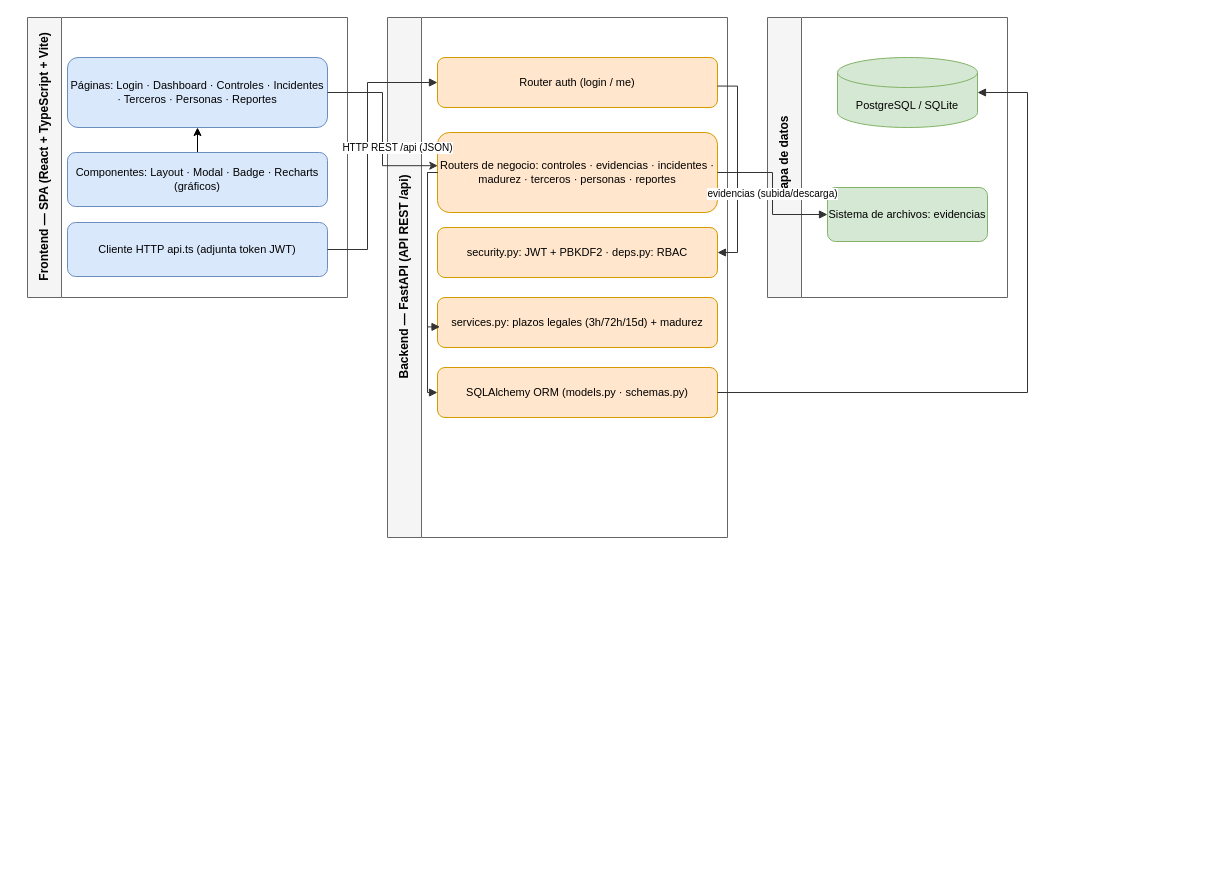
This is Documentacion/Entregas/U2-Desarrollo_e_Implementacion/04_uml/04b_uml_componentes.drawio from pbahamondez-inacap/proyectotitulo-inacap-Pbahamondez, a draw.io file, before an edit. Source tidied: cells renumbered, new cells numbered last; positions are measured from the earlier drawing's top-left corner, leaving out a move shared by most shapes. Both pictures are drawn from the tidied source at 100%, with x=0, y=0 at pixel (27, 17).
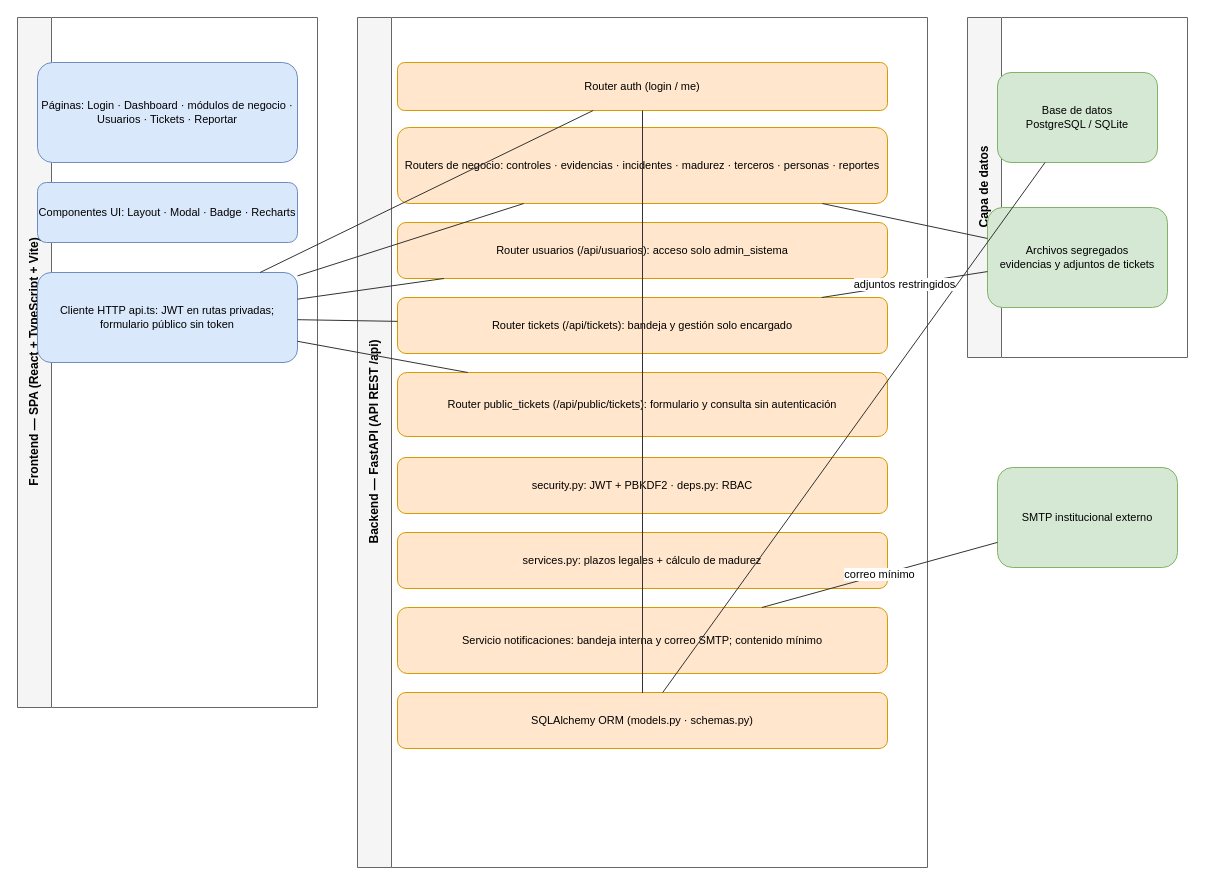
The same page after the edit.

Diff of the diagram source:
```diff
@@
+    <mxCell id="10" value="Frontend — SPA (React + TypeScript + Vite)" style="swimlane;html=1;startSize=34;horizontal=0;fontStyle=1;fillColor=#f5f5f5;strokeColor=#666666;swimlaneFillColor=#ffffff;" parent="1" vertex="1">
+      <mxGeometry x="-10" width="300" height="690" as="geometry" />
+    </mxCell>
     <mxCell id="2" value="Backend — FastAPI (API REST /api)" style="swimlane;html=1;startSize=34;horizontal=0;fontStyle=1;fillColor=#f5f5f5;strokeColor=#666666;swimlaneFillColor=#ffffff;" parent="1" vertex="1">
-      <mxGeometry x="360" width="340" height="520" as="geometry" />
+      <mxGeometry x="330" width="570" height="850" as="geometry" />
     </mxCell>
+    <mxCell id="15" value="Capa de datos" style="swimlane;html=1;startSize=34;horizontal=0;fontStyle=1;fillColor=#f5f5f5;strokeColor=#666666;swimlaneFillColor=#ffffff;" parent="1" vertex="1">
+      <mxGeometry x="940" width="220" height="340" as="geometry" />
+    </mxCell>
+    <mxCell id="11" value="Páginas: Login · Dashboard · módulos de negocio · Usuarios · Tickets · Reportar" style="rounded=1;whiteSpace=wrap;html=1;fillColor=#dae8fc;strokeColor=#6c8ebf;fontSize=11;" parent="10" vertex="1">
+      <mxGeometry x="20" y="45" width="260" height="100" as="geometry" />
+    </mxCell>
+    <mxCell id="13" value="Componentes UI: Layout · Modal · Badge · Recharts" style="rounded=1;whiteSpace=wrap;html=1;fillColor=#dae8fc;strokeColor=#6c8ebf;fontSize=11;" parent="10" vertex="1">
+      <mxGeometry x="20" y="165" width="260" height="60" as="geometry" />
+    </mxCell>
+    <mxCell id="14" value="Cliente HTTP api.ts: JWT en rutas privadas; formulario público sin token" style="rounded=1;whiteSpace=wrap;html=1;fillColor=#dae8fc;strokeColor=#6c8ebf;fontSize=11;" parent="10" vertex="1">
+      <mxGeometry x="20" y="255" width="260" height="90" as="geometry" />
+    </mxCell>
     <mxCell id="3" value="Router auth (login / me)" style="rounded=1;whiteSpace=wrap;html=1;fillColor=#ffe6cc;strokeColor=#d79b00;fontSize=11;" parent="2" vertex="1">
-      <mxGeometry x="50" y="40" width="280" height="50" as="geometry" />
+      <mxGeometry x="40" y="45" width="490" height="48" as="geometry" />
     </mxCell>
     <mxCell id="4" value="Routers de negocio: controles · evidencias · incidentes · madurez · terceros · personas · reportes" style="rounded=1;whiteSpace=wrap;html=1;fillColor=#ffe6cc;strokeColor=#d79b00;fontSize=11;" parent="2" vertex="1">
-      <mxGeometry x="50" y="115" width="280" height="80" as="geometry" />
+      <mxGeometry x="40" y="110" width="490" height="76" as="geometry" />
     </mxCell>
+    <mxCell id="23" value="Router usuarios (/api/usuarios): acceso solo admin_sistema" style="rounded=1;whiteSpace=wrap;html=1;fillColor=#ffe6cc;strokeColor=#d79b00;fontSize=11;" parent="2" vertex="1">
+      <mxGeometry x="40" y="205" width="490" height="56" as="geometry" />
+    </mxCell>
+    <mxCell id="24" value="Router tickets (/api/tickets): bandeja y gestión solo encargado" style="rounded=1;whiteSpace=wrap;html=1;fillColor=#ffe6cc;strokeColor=#d79b00;fontSize=11;" parent="2" vertex="1">
+      <mxGeometry x="40" y="280" width="490" height="56" as="geometry" />
+    </mxCell>
+    <mxCell id="25" value="Router public_tickets (/api/public/tickets): formulario y consulta sin autenticación" style="rounded=1;whiteSpace=wrap;html=1;fillColor=#ffe6cc;strokeColor=#d79b00;fontSize=11;" parent="2" vertex="1">
+      <mxGeometry x="40" y="355" width="490" height="64" as="geometry" />
+    </mxCell>
-    <mxCell id="5" value="security.py: JWT + PBKDF2  ·  deps.py: RBAC" style="rounded=1;whiteSpace=wrap;html=1;fillColor=#ffe6cc;strokeColor=#d79b00;fontSize=11;" parent="2" vertex="1">
-      <mxGeometry x="50" y="210" width="280" height="50" as="geometry" />
+    <mxCell id="5" value="security.py: JWT + PBKDF2 · deps.py: RBAC" style="rounded=1;whiteSpace=wrap;html=1;fillColor=#ffe6cc;strokeColor=#d79b00;fontSize=11;" parent="2" vertex="1">
+      <mxGeometry x="40" y="440" width="490" height="56" as="geometry" />
     </mxCell>
-    <mxCell id="6" value="services.py: plazos legales (3h/72h/15d) + madurez" style="rounded=1;whiteSpace=wrap;html=1;fillColor=#ffe6cc;strokeColor=#d79b00;fontSize=11;" parent="2" vertex="1">
-      <mxGeometry x="50" y="280" width="280" height="50" as="geometry" />
-    </mxCell>
+    <mxCell id="26" value="services.py: plazos legales + cálculo de madurez" style="rounded=1;whiteSpace=wrap;html=1;fillColor=#ffe6cc;strokeColor=#d79b00;fontSize=11;" parent="2" vertex="1">
+      <mxGeometry x="40" y="515" width="490" height="56" as="geometry" />
+    </mxCell>
+    <mxCell id="27" value="Servicio notificaciones: bandeja interna y correo SMTP; contenido mínimo" style="rounded=1;whiteSpace=wrap;html=1;fillColor=#ffe6cc;strokeColor=#d79b00;fontSize=11;" parent="2" vertex="1">
+      <mxGeometry x="40" y="590" width="490" height="66" as="geometry" />
+    </mxCell>
     <mxCell id="7" value="SQLAlchemy ORM (models.py · schemas.py)" style="rounded=1;whiteSpace=wrap;html=1;fillColor=#ffe6cc;strokeColor=#d79b00;fontSize=11;" parent="2" vertex="1">
-      <mxGeometry x="50" y="350" width="280" height="50" as="geometry" />
+      <mxGeometry x="40" y="675" width="490" height="56" as="geometry" />
     </mxCell>
+    <mxCell id="28" value="Base de datos&#10;PostgreSQL / SQLite" style="rounded=1;whiteSpace=wrap;html=1;fillColor=#d5e8d4;strokeColor=#82b366;fontSize=11;" parent="15" vertex="1">
+      <mxGeometry x="30" y="55" width="160" height="90" as="geometry" />
+    </mxCell>
+    <mxCell id="29" value="Archivos segregados&#10;evidencias y adjuntos de tickets" style="rounded=1;whiteSpace=wrap;html=1;fillColor=#d5e8d4;strokeColor=#82b366;fontSize=11;" parent="15" vertex="1">
+      <mxGeometry x="20" y="190" width="180" height="100" as="geometry" />
+    </mxCell>
+    <mxCell id="30" value="SMTP institucional externo" style="rounded=1;whiteSpace=wrap;html=1;fillColor=#d5e8d4;strokeColor=#82b366;fontSize=11;" parent="1" vertex="1">
+      <mxGeometry x="970" y="450" width="180" height="100" as="geometry" />
+    </mxCell>
+    <mxCell id="18" style="html=1;endArrow=none;strokeColor=#333333;" parent="1" edge="1" source="14" target="3">
+      <mxGeometry relative="1" as="geometry" />
+    </mxCell>
+    <mxCell id="31" style="html=1;endArrow=none;strokeColor=#333333;" parent="1" edge="1" source="14" target="4">
+      <mxGeometry relative="1" as="geometry" />
+    </mxCell>
+    <mxCell id="32" style="html=1;endArrow=none;strokeColor=#333333;" parent="1" edge="1" source="14" target="23">
+      <mxGeometry relative="1" as="geometry" />
+    </mxCell>
+    <mxCell id="33" style="html=1;endArrow=none;strokeColor=#333333;" parent="1" edge="1" source="14" target="24">
+      <mxGeometry relative="1" as="geometry" />
+    </mxCell>
+    <mxCell id="34" style="html=1;endArrow=none;strokeColor=#333333;" parent="1" edge="1" source="14" target="25">
+      <mxGeometry relative="1" as="geometry" />
+    </mxCell>
-    <mxCell id="8" style="edgeStyle=orthogonalEdgeStyle;rounded=0;html=1;endArrow=block;strokeColor=#333333;exitX=1;exitY=0.571;exitDx=0;exitDy=0;exitPerimeter=0;entryX=1;entryY=0.5;entryDx=0;entryDy=0;" parent="2" edge="1" source="3" target="5">
-      <mxGeometry x="0.61" relative="1" as="geometry">
-        <Array as="points">
-          <mxPoint x="350" y="68.6" />
-          <mxPoint x="350" y="235" />
-        </Array>
-      </mxGeometry>
+    <mxCell id="8" style="html=1;endArrow=none;strokeColor=#333333;" parent="1" edge="1" source="3" target="5">
+      <mxGeometry relative="1" as="geometry" />
     </mxCell>
+    <mxCell id="35" style="html=1;endArrow=none;strokeColor=#333333;" parent="1" edge="1" source="23" target="5">
+      <mxGeometry relative="1" as="geometry" />
+    </mxCell>
+    <mxCell id="36" style="html=1;endArrow=none;strokeColor=#333333;" parent="1" edge="1" source="24" target="5">
+      <mxGeometry relative="1" as="geometry" />
+    </mxCell>
+    <mxCell id="37" style="html=1;endArrow=none;strokeColor=#333333;" parent="1" edge="1" source="4" target="26">
+      <mxGeometry relative="1" as="geometry" />
+    </mxCell>
-    <mxCell id="9" style="edgeStyle=orthogonalEdgeStyle;rounded=0;html=1;endArrow=block;strokeColor=#333333;entryX=0;entryY=0.5;entryDx=0;entryDy=0;exitX=0;exitY=0.5;exitDx=0;exitDy=0;" parent="2" edge="1" source="4" target="7">
-      <mxGeometry x="0.3" relative="1" as="geometry" />
+    <mxCell id="9" style="html=1;endArrow=none;strokeColor=#333333;" parent="1" edge="1" source="4" target="7">
+      <mxGeometry relative="1" as="geometry" />
     </mxCell>
-    <mxCell id="10" value="Frontend — SPA (React + TypeScript + Vite)" style="swimlane;html=1;startSize=34;horizontal=0;fontStyle=1;fillColor=#f5f5f5;strokeColor=#666666;swimlaneFillColor=#ffffff;" parent="1" vertex="1">
-      <mxGeometry width="320" height="280" as="geometry" />
-    </mxCell>
-    <mxCell id="11" value="Páginas: Login · Dashboard · Controles · Incidentes · Terceros · Personas · Reportes" style="rounded=1;whiteSpace=wrap;html=1;fillColor=#dae8fc;strokeColor=#6c8ebf;fontSize=11;" parent="10" vertex="1">
-      <mxGeometry x="40" y="40" width="260" height="70" as="geometry" />
-    </mxCell>
-    <mxCell id="12" style="edgeStyle=orthogonalEdgeStyle;rounded=0;jettySize=auto;html=1;" parent="10" edge="1" source="13" target="11">
-      <mxGeometry relative="1" as="geometry" />
-    </mxCell>
-    <mxCell id="13" value="Componentes: Layout · Modal · Badge · Recharts (gráficos)" style="rounded=1;whiteSpace=wrap;html=1;fillColor=#dae8fc;strokeColor=#6c8ebf;fontSize=11;" parent="10" vertex="1">
-      <mxGeometry x="40" y="135" width="260" height="54" as="geometry" />
-    </mxCell>
-    <mxCell id="14" value="Cliente HTTP api.ts (adjunta token JWT)" style="rounded=1;whiteSpace=wrap;html=1;fillColor=#dae8fc;strokeColor=#6c8ebf;fontSize=11;" parent="10" vertex="1">
-      <mxGeometry x="40" y="205" width="260" height="54" as="geometry" />
-    </mxCell>
-    <mxCell id="15" value="Capa de datos" style="swimlane;html=1;startSize=34;horizontal=0;fontStyle=1;fillColor=#f5f5f5;strokeColor=#666666;swimlaneFillColor=#ffffff;" parent="1" vertex="1">
-      <mxGeometry x="740" width="240" height="280" as="geometry" />
-    </mxCell>
-    <mxCell id="16" value="PostgreSQL / SQLite" style="shape=cylinder3;whiteSpace=wrap;html=1;boundedLbl=1;backgroundOutline=1;size=15;fillColor=#d5e8d4;strokeColor=#82b366;fontSize=11;" parent="15" vertex="1">
-      <mxGeometry x="70" y="40" width="140" height="70" as="geometry" />
-    </mxCell>
-    <mxCell id="17" value="Sistema de archivos: evidencias" style="rounded=1;whiteSpace=wrap;html=1;fillColor=#d5e8d4;strokeColor=#82b366;fontSize=11;" parent="15" vertex="1">
-      <mxGeometry x="60" y="170" width="160" height="54" as="geometry" />
-    </mxCell>
-    <mxCell id="18" style="edgeStyle=orthogonalEdgeStyle;rounded=0;html=1;endArrow=block;strokeColor=#333333;" parent="1" edge="1" source="14" target="3">
-      <mxGeometry relative="1" as="geometry">
-        <Array as="points">
-          <mxPoint x="340" y="232" />
-          <mxPoint x="340" y="65" />
-        </Array>
-      </mxGeometry>
-    </mxCell>
-    <mxCell id="19" style="edgeStyle=orthogonalEdgeStyle;rounded=0;html=1;endArrow=block;strokeColor=#333333;entryX=0.009;entryY=0.587;entryDx=0;entryDy=0;entryPerimeter=0;" parent="1" edge="1" source="4" target="6">
-      <mxGeometry x="0.08" relative="1" as="geometry">
-        <Array as="points">
-          <mxPoint x="400" y="155" />
-          <mxPoint x="400" y="309.4" />
-        </Array>
-      </mxGeometry>
-    </mxCell>
-    <mxCell id="20" style="edgeStyle=orthogonalEdgeStyle;rounded=0;html=1;endArrow=block;strokeColor=#333333;" parent="1" edge="1" source="7" target="16">
-      <mxGeometry relative="1" as="geometry">
-        <Array as="points">
-          <mxPoint x="1000" y="375" />
-          <mxPoint x="1000" y="75" />
-        </Array>
-      </mxGeometry>
-    </mxCell>
-    <mxCell id="21" value="evidencias (subida/descarga)" style="edgeStyle=orthogonalEdgeStyle;rounded=0;html=1;endArrow=block;strokeColor=#333333;fontSize=10;" parent="1" edge="1" source="4" target="17">
-      <mxGeometry relative="1" as="geometry" />
-    </mxCell>
-    <mxCell id="22" value="HTTP REST /api (JSON)" style="edgeStyle=orthogonalEdgeStyle;rounded=0;html=1;endArrow=classic;strokeColor=#333333;fontSize=10;endFill=1;entryX=0.001;entryY=0.415;entryDx=0;entryDy=0;entryPerimeter=0;exitX=1;exitY=0.5;exitDx=0;exitDy=0;" parent="1" edge="1" source="11" target="4">
-      <mxGeometry x="0.2" y="15" relative="1" as="geometry" />
-    </mxCell>
+    <mxCell id="38" style="html=1;endArrow=none;strokeColor=#333333;" parent="1" edge="1" source="23" target="7">
+      <mxGeometry relative="1" as="geometry" />
+    </mxCell>
+    <mxCell id="39" style="html=1;endArrow=none;strokeColor=#333333;" parent="1" edge="1" source="24" target="27">
+      <mxGeometry relative="1" as="geometry" />
+    </mxCell>
+    <mxCell id="40" style="html=1;endArrow=none;strokeColor=#333333;" parent="1" edge="1" source="25" target="27">
+      <mxGeometry relative="1" as="geometry" />
+    </mxCell>
+    <mxCell id="41" style="html=1;endArrow=none;strokeColor=#333333;" parent="1" edge="1" source="25" target="7">
+      <mxGeometry relative="1" as="geometry" />
+    </mxCell>
+    <mxCell id="42" style="html=1;endArrow=none;strokeColor=#333333;" parent="1" edge="1" source="24" target="7">
+      <mxGeometry relative="1" as="geometry" />
+    </mxCell>
+    <mxCell id="43" style="html=1;endArrow=none;strokeColor=#333333;" parent="1" edge="1" source="27" target="7">
+      <mxGeometry relative="1" as="geometry" />
+    </mxCell>
+    <mxCell id="44" value="correo mínimo" style="html=1;endArrow=none;strokeColor=#333333;" parent="1" edge="1" source="27" target="30">
+      <mxGeometry relative="1" as="geometry" />
+    </mxCell>
+    <mxCell id="45" style="html=1;endArrow=none;strokeColor=#333333;" parent="1" edge="1" source="7" target="28">
+      <mxGeometry relative="1" as="geometry" />
+    </mxCell>
+    <mxCell id="46" style="html=1;endArrow=none;strokeColor=#333333;" parent="1" edge="1" source="4" target="29">
+      <mxGeometry relative="1" as="geometry" />
+    </mxCell>
+    <mxCell id="47" value="adjuntos restringidos" style="html=1;endArrow=none;strokeColor=#333333;" parent="1" edge="1" source="24" target="29">
+      <mxGeometry relative="1" as="geometry" />
+    </mxCell>
```
